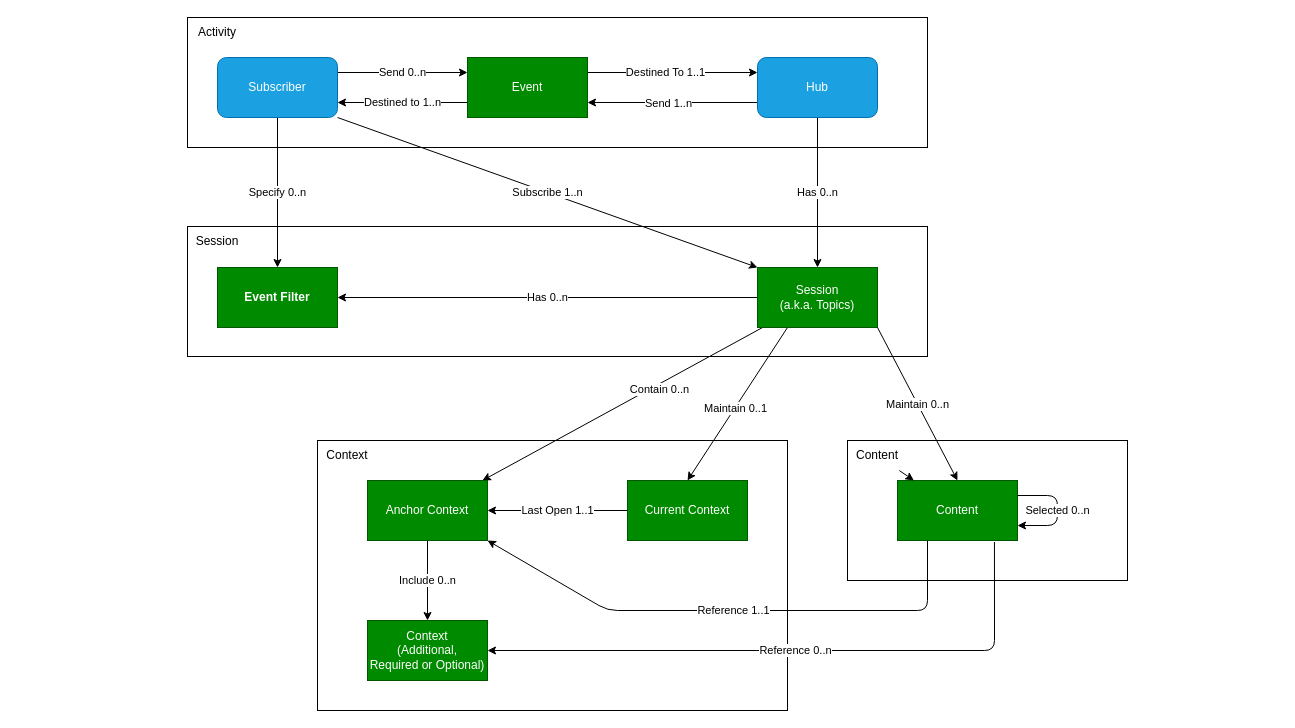
Above: page "Data Model" (1 of 2) of input/images-source/data_model.drawio in IHE/RAD.IRA (draw.io), before the change. Source tidied: cells renumbered, new cells numbered last; positions are measured from the earlier drawing's top-left corner, leaving out a move shared by most shapes. Both pictures are drawn from the tidied source at 100%, with x=0, y=0 at pixel (187, 17).
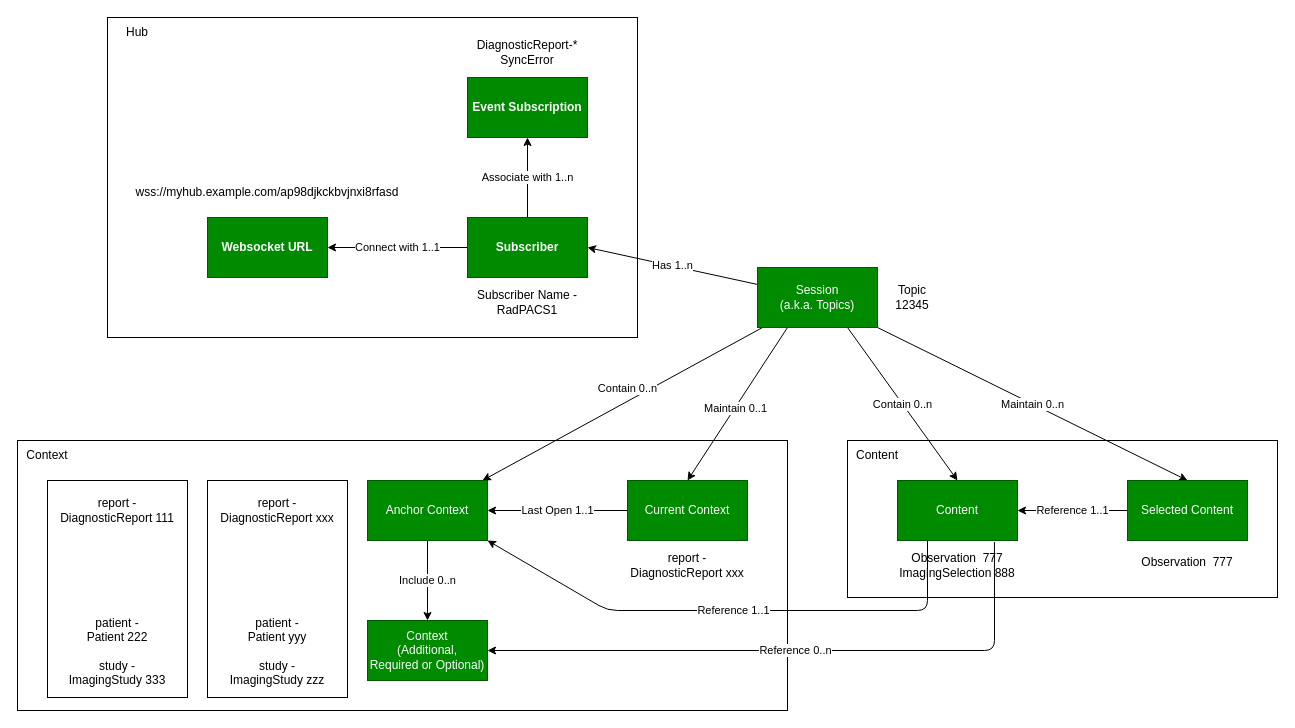
The same page after the edit.

Commit message (it also covers changes not shown here):
Split data model with interaction model. Added sample data in the data model.

Unchanged cells that the change refers to:
```xml
<mxCell id="10" style="edgeStyle=none;html=1;" parent="1" edge="1" source="15" target="18">
  <mxGeometry relative="1" as="geometry" />
</mxCell>
<mxCell id="15" value="Session&lt;br&gt;(a.k.a. Topics)" style="rounded=0;whiteSpace=wrap;html=1;fillColor=#008a00;fontColor=#ffffff;strokeColor=#005700;" parent="1" vertex="1">
  <mxGeometry x="570" y="250" width="120" height="60" as="geometry" />
</mxCell>
<mxCell id="29" value="Content" style="whiteSpace=wrap;html=1;rounded=0;fillColor=#008a00;fontColor=#ffffff;strokeColor=#005700;" parent="1" vertex="1">
  <mxGeometry x="710" y="463" width="120" height="60" as="geometry" />
</mxCell>
<mxCell id="39" value="Content" style="text;html=1;strokeColor=none;fillColor=none;align=center;verticalAlign=middle;whiteSpace=wrap;rounded=0;" parent="1" vertex="1">
  <mxGeometry x="660" y="423" width="60" height="30" as="geometry" />
</mxCell>
```

What changed in the source:
```diff
@@
     <mxCell id="2" style="rounded=0;whiteSpace=wrap;html=1;fillColor=none;" parent="1" vertex="1">
-      <mxGeometry x="130" y="423" width="470" height="270" as="geometry" />
+      <mxGeometry x="-170" y="423" width="770" height="270" as="geometry" />
     </mxCell>
     <mxCell id="3" style="rounded=0;whiteSpace=wrap;html=1;fillColor=none;" parent="1" vertex="1">
-      <mxGeometry x="660" y="423" width="280" height="140" as="geometry" />
+      <mxGeometry x="660" y="423" width="430" height="157" as="geometry" />
     </mxCell>
     <mxCell id="4" style="rounded=0;whiteSpace=wrap;html=1;fillColor=none;" parent="1" vertex="1">
-      <mxGeometry y="209" width="740" height="130" as="geometry" />
+      <mxGeometry x="-80" width="530" height="320" as="geometry" />
     </mxCell>
-    <mxCell id="5" style="rounded=0;whiteSpace=wrap;html=1;fillColor=none;" parent="1" vertex="1">
-      <mxGeometry width="740" height="130" as="geometry" />
-    </mxCell>
-    <mxCell id="6" value="Has 0..n" style="edgeStyle=none;html=1;entryX=0.5;entryY=0;entryDx=0;entryDy=0;" parent="1" edge="1" source="9" target="15">
-      <mxGeometry relative="1" as="geometry" />
-    </mxCell>
-    <mxCell id="7" style="edgeStyle=none;html=1;exitX=0;exitY=0.75;exitDx=0;exitDy=0;entryX=1;entryY=0.75;entryDx=0;entryDy=0;startArrow=none;startFill=0;endArrow=classic;endFill=1;" parent="1" edge="1" source="9" target="33">
-      <mxGeometry relative="1" as="geometry" />
-    </mxCell>
-    <mxCell id="8" value="Send 1..n" style="edgeLabel;html=1;align=center;verticalAlign=middle;" parent="7" vertex="1">
-      <mxGeometry x="0.36" relative="1" as="geometry">
-        <mxPoint x="26" as="offset" />
-      </mxGeometry>
-    </mxCell>
-    <mxCell id="9" value="Hub" style="rounded=1;whiteSpace=wrap;html=1;fillColor=#1ba1e2;fontColor=#ffffff;strokeColor=#006EAF;" parent="1" vertex="1">
-      <mxGeometry x="570" y="40" width="120" height="60" as="geometry" />
-    </mxCell>
@@
     <mxCell id="11" value="Contain 0..n" style="edgeLabel;html=1;align=center;verticalAlign=middle;" parent="10" vertex="1">
-      <mxGeometry x="-0.25" y="4" relative="1" as="geometry" />
+      <mxGeometry x="-0.25" y="4" relative="1" as="geometry">
+        <mxPoint x="-32" y="-1" as="offset" />
+      </mxGeometry>
     </mxCell>
-    <mxCell id="12" value="Has 0..n" style="edgeStyle=none;html=1;entryX=1;entryY=0.5;entryDx=0;entryDy=0;" parent="1" edge="1" source="15" target="21">
+    <mxCell id="12" value="Has 1..n" style="edgeStyle=none;html=1;entryX=1;entryY=0.5;entryDx=0;entryDy=0;" parent="1" edge="1" source="15" target="21">
       <mxGeometry relative="1" as="geometry" />
     </mxCell>
@@
+    <mxCell id="40" value="Maintain 0..n" style="edgeStyle=none;html=1;exitX=1;exitY=1;exitDx=0;exitDy=0;entryX=0.5;entryY=0;entryDx=0;entryDy=0;startArrow=none;startFill=0;endArrow=classic;endFill=1;" parent="1" edge="1" source="15" target="46">
+      <mxGeometry relative="1" as="geometry" />
+    </mxCell>
@@
-    <mxCell id="20" value="Specify 0..n" style="edgeStyle=none;html=1;startArrow=classic;startFill=1;endArrow=none;endFill=0;" parent="1" edge="1" source="21" target="24">
-      <mxGeometry relative="1" as="geometry" />
-    </mxCell>
+    <mxCell id="41" value="Connect with 1..1" style="edgeStyle=none;html=1;" parent="1" edge="1" source="21" target="44">
+      <mxGeometry relative="1" as="geometry" />
+    </mxCell>
+    <mxCell id="42" value="Associate with 1..n" style="edgeStyle=none;html=1;" parent="1" edge="1" source="21" target="45">
+      <mxGeometry relative="1" as="geometry" />
+    </mxCell>
-    <mxCell id="21" value="Event Filter" style="whiteSpace=wrap;html=1;rounded=0;fontStyle=1;fillColor=#008a00;fontColor=#ffffff;strokeColor=#005700;" parent="1" vertex="1">
-      <mxGeometry x="30" y="250" width="120" height="60" as="geometry" />
+    <mxCell id="21" value="Subscriber" style="whiteSpace=wrap;html=1;rounded=0;fontStyle=1;fillColor=#008a00;fontColor=#ffffff;strokeColor=#005700;" parent="1" vertex="1">
+      <mxGeometry x="280" y="200" width="120" height="60" as="geometry" />
     </mxCell>
-    <mxCell id="22" value="Subscribe 1..n" style="edgeStyle=none;html=1;exitX=1;exitY=1;exitDx=0;exitDy=0;entryX=0;entryY=0;entryDx=0;entryDy=0;startArrow=none;startFill=0;endArrow=classic;endFill=1;" parent="1" edge="1" source="24" target="15">
-      <mxGeometry relative="1" as="geometry" />
-    </mxCell>
-    <mxCell id="23" value="Send 0..n" style="edgeStyle=none;html=1;exitX=1;exitY=0.25;exitDx=0;exitDy=0;entryX=0;entryY=0.25;entryDx=0;entryDy=0;startArrow=none;startFill=0;endArrow=classic;endFill=1;" parent="1" edge="1" source="24" target="33">
-      <mxGeometry relative="1" as="geometry" />
-    </mxCell>
-    <mxCell id="24" value="Subscriber" style="whiteSpace=wrap;html=1;rounded=1;fillColor=#1ba1e2;fontColor=#ffffff;strokeColor=#006EAF;" parent="1" vertex="1">
-      <mxGeometry x="30" y="40" width="120" height="60" as="geometry" />
-    </mxCell>
@@
-    <mxCell id="26" value="Maintain 0..n" style="edgeStyle=none;html=1;exitX=0.5;exitY=0;exitDx=0;exitDy=0;entryX=1;entryY=1;entryDx=0;entryDy=0;startArrow=classic;startFill=1;endArrow=none;endFill=0;" parent="1" edge="1" source="29" target="15">
+    <mxCell id="26" value="Contain 0..n" style="edgeStyle=none;html=1;exitX=0.5;exitY=0;exitDx=0;exitDy=0;entryX=0.75;entryY=1;entryDx=0;entryDy=0;startArrow=classic;startFill=1;endArrow=none;endFill=0;" parent="1" edge="1" source="29" target="15">
       <mxGeometry relative="1" as="geometry" />
     </mxCell>
@@
+    <mxCell id="36" value="Hub" style="text;html=1;strokeColor=none;fillColor=none;align=center;verticalAlign=middle;whiteSpace=wrap;rounded=0;" parent="1" vertex="1">
+      <mxGeometry x="-80" width="60" height="30" as="geometry" />
+    </mxCell>
+    <mxCell id="43" value="Reference 1..1" style="edgeStyle=none;html=1;startArrow=classic;startFill=1;endArrow=none;endFill=0;" parent="1" edge="1" source="29" target="46">
+      <mxGeometry relative="1" as="geometry" />
+    </mxCell>
@@
-    <mxCell id="30" style="edgeStyle=none;html=1;exitX=1;exitY=0.25;exitDx=0;exitDy=0;entryX=0;entryY=0.25;entryDx=0;entryDy=0;startArrow=none;startFill=0;endArrow=classic;endFill=1;" parent="1" edge="1" source="33" target="9">
-      <mxGeometry relative="1" as="geometry" />
-    </mxCell>
-    <mxCell id="31" value="Destined To 1..1" style="edgeLabel;html=1;align=center;verticalAlign=middle;" parent="30" vertex="1">
-      <mxGeometry x="-0.1" y="-2" relative="1" as="geometry">
-        <mxPoint y="-2" as="offset" />
-      </mxGeometry>
-    </mxCell>
-    <mxCell id="32" value="Destined to 1..n" style="edgeStyle=none;html=1;exitX=0;exitY=0.75;exitDx=0;exitDy=0;entryX=1;entryY=0.75;entryDx=0;entryDy=0;startArrow=none;startFill=0;endArrow=classic;endFill=1;" parent="1" edge="1" source="33" target="24">
-      <mxGeometry relative="1" as="geometry" />
-    </mxCell>
-    <mxCell id="33" value="Event" style="whiteSpace=wrap;html=1;rounded=0;fillColor=#008a00;fontColor=#ffffff;strokeColor=#005700;" parent="1" vertex="1">
-      <mxGeometry x="280" y="40" width="120" height="60" as="geometry" />
-    </mxCell>
-    <mxCell id="34" value="Selected 0..n" style="edgeStyle=none;html=1;exitX=1;exitY=0.75;exitDx=0;exitDy=0;entryX=1;entryY=0.25;entryDx=0;entryDy=0;startArrow=classic;startFill=1;endArrow=none;endFill=0;" parent="1" edge="1" source="29" target="29">
-      <mxGeometry relative="1" as="geometry">
-        <Array as="points">
-          <mxPoint x="870" y="508" />
-          <mxPoint x="870" y="478" />
-        </Array>
-      </mxGeometry>
-    </mxCell>
-    <mxCell id="35" value="Activity" style="text;html=1;strokeColor=none;fillColor=none;align=center;verticalAlign=middle;whiteSpace=wrap;rounded=0;" parent="1" vertex="1">
-      <mxGeometry width="60" height="30" as="geometry" />
-    </mxCell>
-    <mxCell id="36" value="Session" style="text;html=1;strokeColor=none;fillColor=none;align=center;verticalAlign=middle;whiteSpace=wrap;rounded=0;" parent="1" vertex="1">
-      <mxGeometry y="209" width="60" height="30" as="geometry" />
-    </mxCell>
     <mxCell id="37" value="Context" style="text;html=1;strokeColor=none;fillColor=none;align=center;verticalAlign=middle;whiteSpace=wrap;rounded=0;" parent="1" vertex="1">
-      <mxGeometry x="130" y="423" width="60" height="30" as="geometry" />
+      <mxGeometry x="-170" y="423" width="60" height="30" as="geometry" />
     </mxCell>
-    <mxCell id="38" style="edgeStyle=none;html=1;startArrow=none;startFill=0;endArrow=classic;endFill=1;" parent="1" edge="1" source="39" target="29">
-      <mxGeometry relative="1" as="geometry" />
-    </mxCell>
@@
+    <mxCell id="44" value="Websocket URL" style="whiteSpace=wrap;html=1;fillColor=#008a00;strokeColor=#005700;fontColor=#ffffff;rounded=0;fontStyle=1;" parent="1" vertex="1">
+      <mxGeometry x="20" y="200" width="120" height="60" as="geometry" />
+    </mxCell>
+    <mxCell id="45" value="Event Subscription" style="whiteSpace=wrap;html=1;fillColor=#008a00;strokeColor=#005700;fontColor=#ffffff;rounded=0;fontStyle=1;" parent="1" vertex="1">
+      <mxGeometry x="280" y="60" width="120" height="60" as="geometry" />
+    </mxCell>
+    <mxCell id="46" value="Selected Content" style="whiteSpace=wrap;html=1;fillColor=#008a00;strokeColor=#005700;fontColor=#ffffff;rounded=0;" parent="1" vertex="1">
+      <mxGeometry x="940" y="463" width="120" height="60" as="geometry" />
+    </mxCell>
+    <mxCell id="47" value="Topic 12345" style="text;strokeColor=none;align=center;fillColor=none;html=1;verticalAlign=middle;whiteSpace=wrap;rounded=0;" parent="1" vertex="1">
+      <mxGeometry x="695" y="265" width="60" height="30" as="geometry" />
+    </mxCell>
+    <mxCell id="48" style="group;" parent="1" vertex="1">
+      <mxGeometry x="-140" y="463" width="140" height="217.2" as="geometry" />
+    </mxCell>
+    <mxCell id="49" style="whiteSpace=wrap;html=1;fillColor=none;" parent="48" vertex="1">
+      <mxGeometry width="140" height="217" as="geometry" />
+    </mxCell>
+    <mxCell id="50" value="patient -&lt;br&gt;Patient 222&lt;br&gt;&lt;br&gt;study - ImagingStudy 333" style="text;strokeColor=none;align=center;fillColor=none;html=1;verticalAlign=middle;whiteSpace=wrap;rounded=0;" parent="48" vertex="1">
+      <mxGeometry x="15" y="124.2" width="110" height="93" as="geometry" />
+    </mxCell>
+    <mxCell id="51" value="report - DiagnosticReport 111" style="text;strokeColor=none;align=center;fillColor=none;html=1;verticalAlign=middle;whiteSpace=wrap;rounded=0;" parent="48" vertex="1">
+      <mxGeometry x="10" y="15" width="120" height="30" as="geometry" />
+    </mxCell>
+    <mxCell id="52" style="group;" parent="1" vertex="1">
+      <mxGeometry x="20" y="463" width="140" height="217.2" as="geometry" />
+    </mxCell>
+    <mxCell id="53" style="whiteSpace=wrap;html=1;fillColor=none;" parent="52" vertex="1">
+      <mxGeometry width="140" height="217" as="geometry" />
+    </mxCell>
+    <mxCell id="54" value="patient -&lt;br&gt;Patient yyy&lt;br&gt;&lt;br&gt;study - ImagingStudy zzz" style="text;strokeColor=none;align=center;fillColor=none;html=1;verticalAlign=middle;whiteSpace=wrap;rounded=0;" parent="52" vertex="1">
+      <mxGeometry x="15" y="124.2" width="110" height="93" as="geometry" />
+    </mxCell>
+    <mxCell id="55" value="report - DiagnosticReport xxx" style="text;strokeColor=none;align=center;fillColor=none;html=1;verticalAlign=middle;whiteSpace=wrap;rounded=0;" parent="52" vertex="1">
+      <mxGeometry x="10" y="15" width="120" height="30" as="geometry" />
+    </mxCell>
+    <mxCell id="56" value="report - DiagnosticReport xxx" style="text;strokeColor=none;align=center;fillColor=none;html=1;verticalAlign=middle;whiteSpace=wrap;rounded=0;" parent="1" vertex="1">
+      <mxGeometry x="440" y="533" width="120" height="30" as="geometry" />
+    </mxCell>
+    <mxCell id="57" value="Observation&amp;nbsp; 777&lt;br&gt;ImagingSelection 888" style="text;strokeColor=none;align=center;fillColor=none;html=1;verticalAlign=middle;whiteSpace=wrap;rounded=0;" parent="1" vertex="1">
+      <mxGeometry x="700" y="533" width="140" height="30" as="geometry" />
+    </mxCell>
+    <mxCell id="58" value="Observation&amp;nbsp; 777" style="text;strokeColor=none;align=center;fillColor=none;html=1;verticalAlign=middle;whiteSpace=wrap;rounded=0;" parent="1" vertex="1">
+      <mxGeometry x="930" y="530" width="140" height="30" as="geometry" />
+    </mxCell>
+    <mxCell id="59" value="Subscriber Name - RadPACS1" style="text;strokeColor=none;align=center;fillColor=none;html=1;verticalAlign=middle;whiteSpace=wrap;rounded=0;" parent="1" vertex="1">
+      <mxGeometry x="285" y="270" width="110" height="30" as="geometry" />
+    </mxCell>
+    <mxCell id="60" value="DiagnosticReport-*&lt;br&gt;SyncError" style="text;strokeColor=none;align=center;fillColor=none;html=1;verticalAlign=middle;whiteSpace=wrap;rounded=0;" parent="1" vertex="1">
+      <mxGeometry x="285" y="20" width="110" height="30" as="geometry" />
+    </mxCell>
+    <mxCell id="61" value="wss://myhub.example.com/ap98djkckbvjnxi8rfasd" style="text;strokeColor=none;align=center;fillColor=none;html=1;verticalAlign=middle;whiteSpace=wrap;rounded=0;" parent="1" vertex="1">
+      <mxGeometry x="25" y="160" width="110" height="30" as="geometry" />
+    </mxCell>
```
